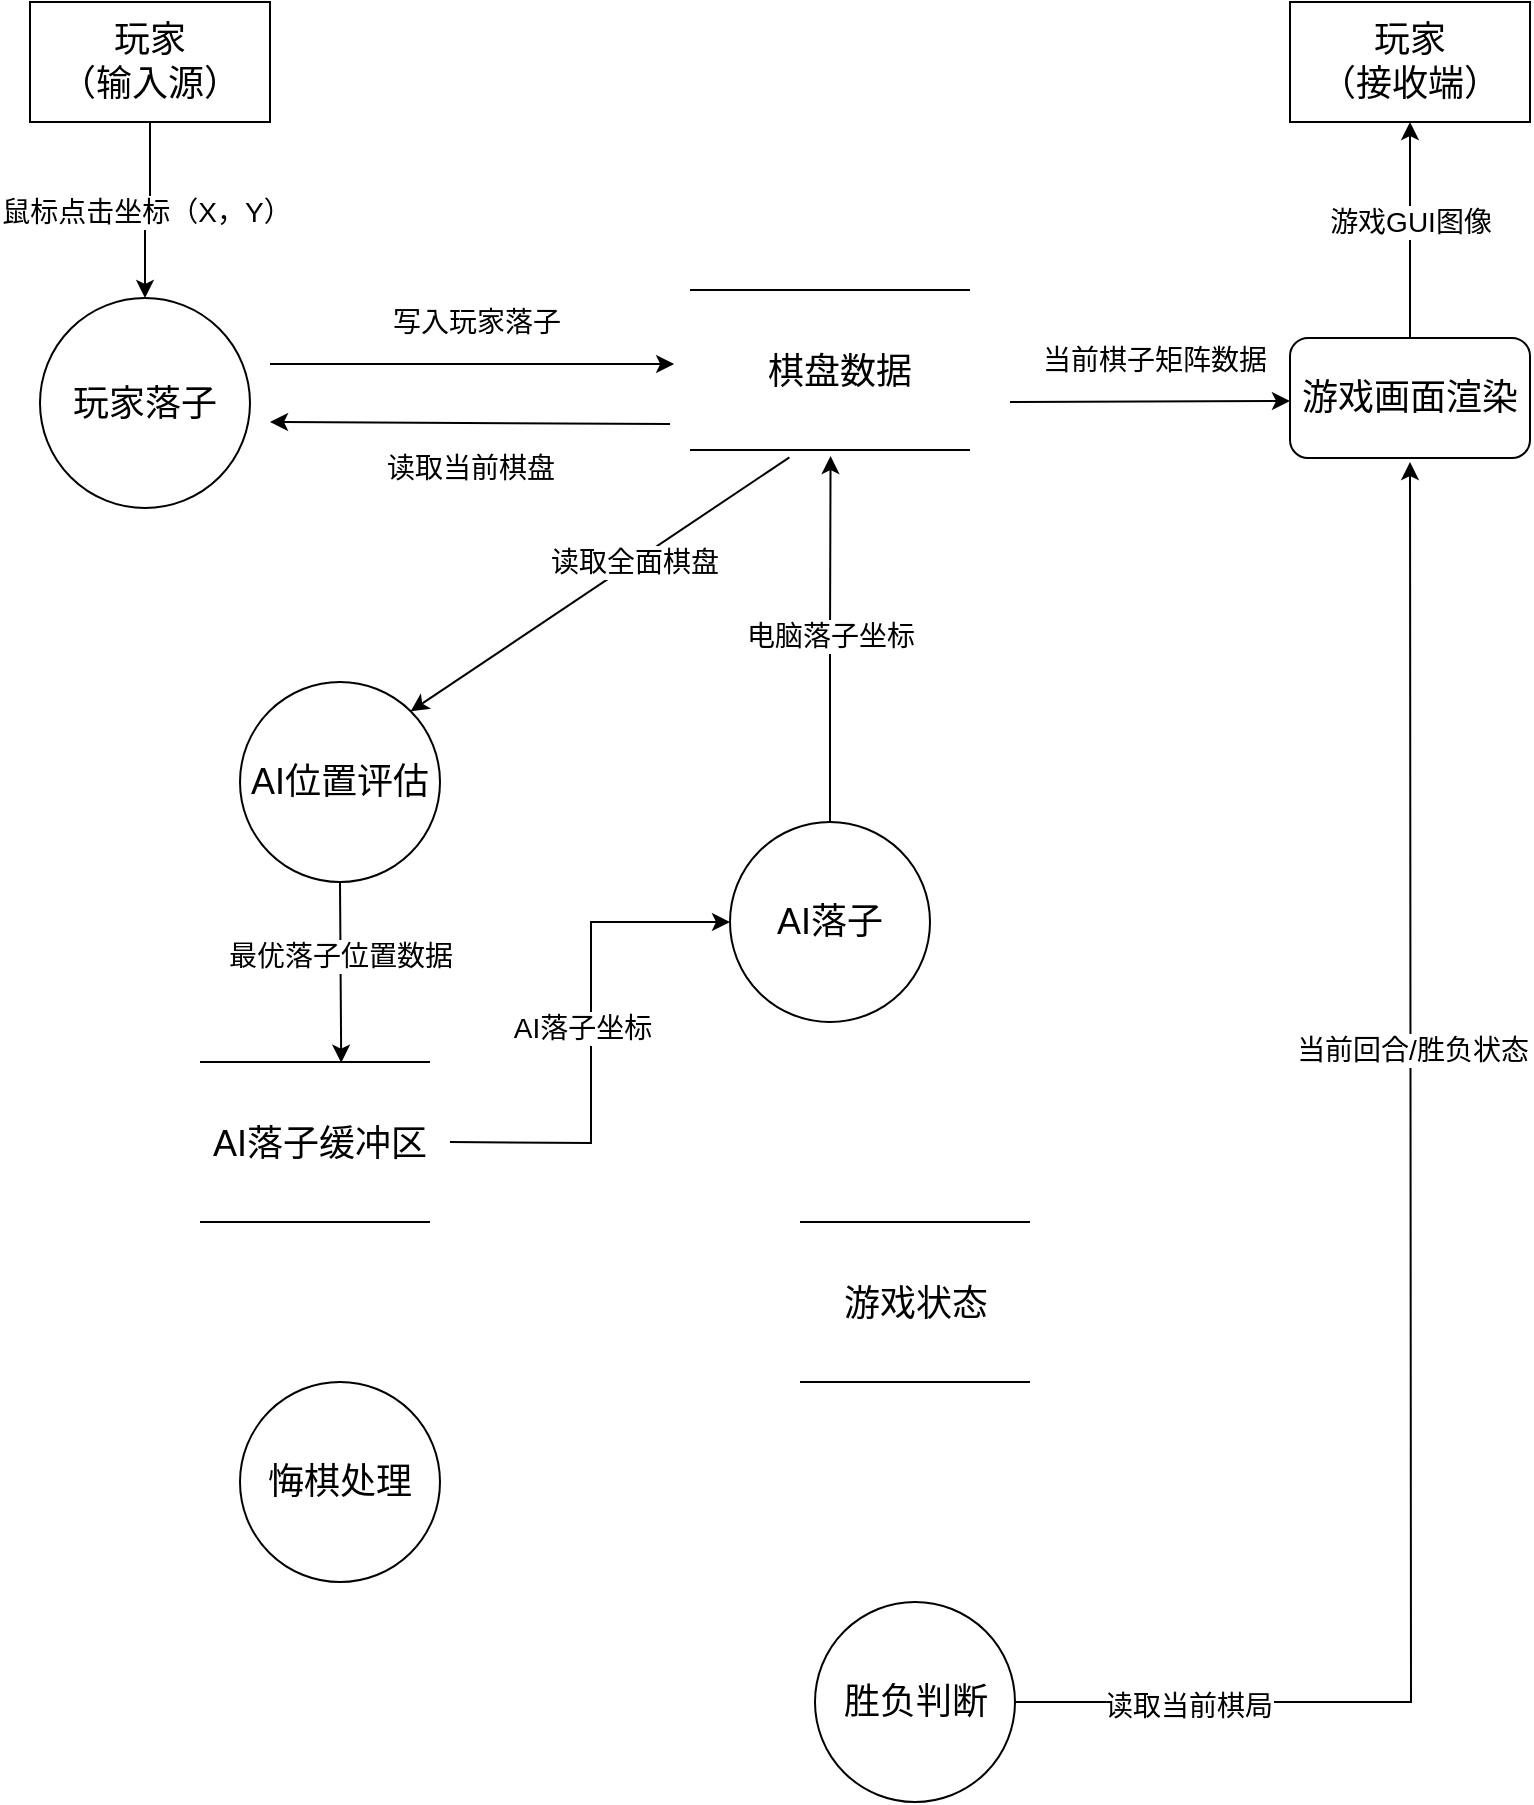
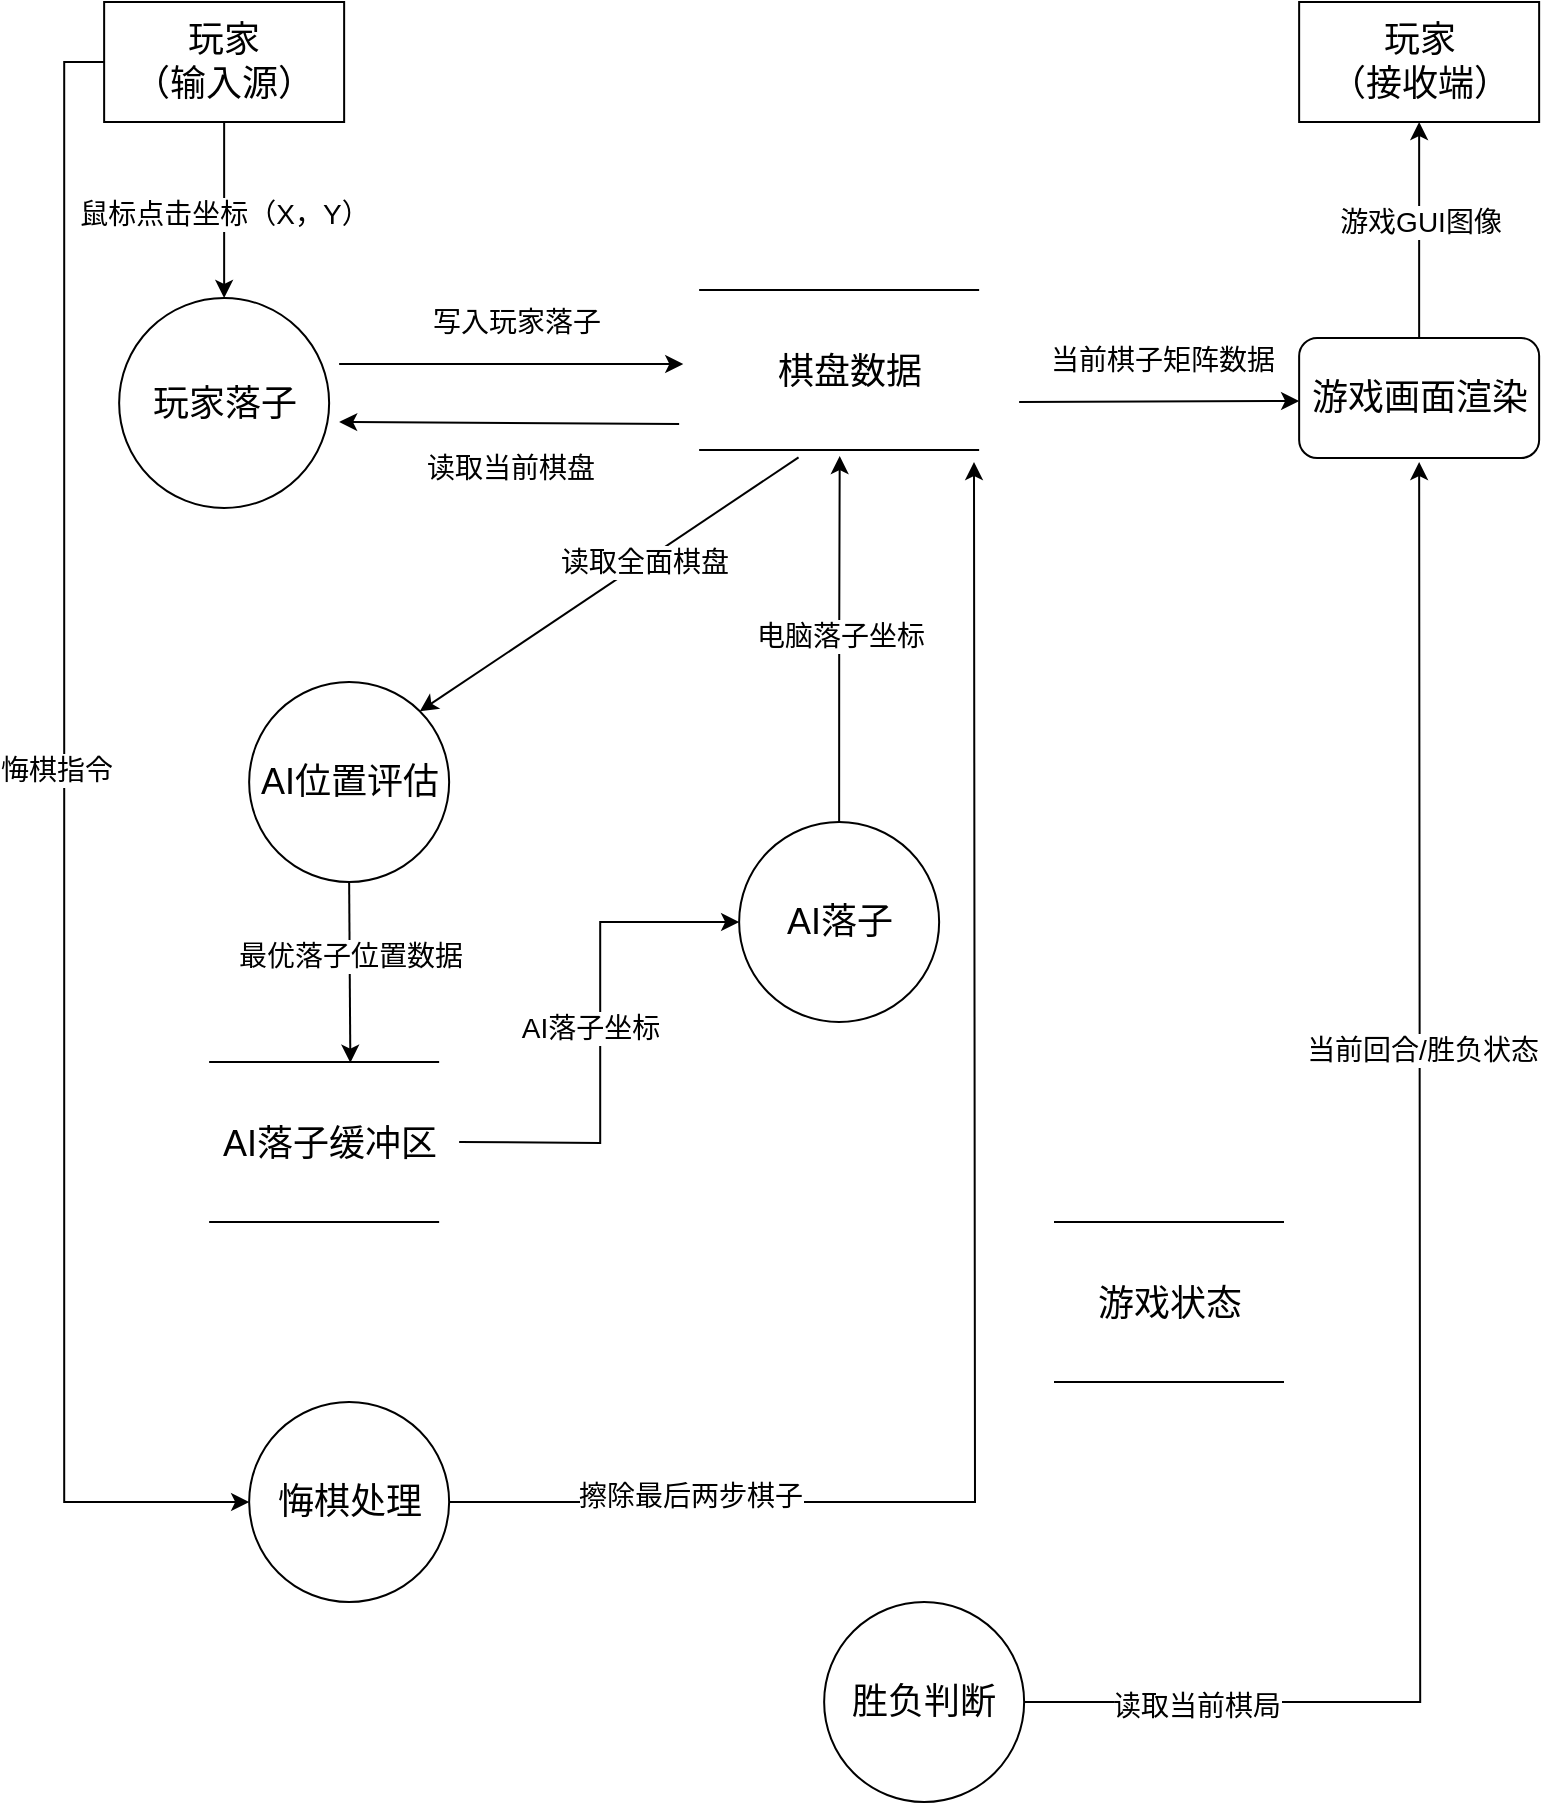
<mxfile host="app.diagrams.net">
  <diagram name="Page-1" id="hryGj0KzSXnJhMcqTr9-">
    <mxGraphModel dx="1201" dy="825" grid="1" gridSize="10" guides="1" tooltips="1" connect="1" arrows="1" fold="1" page="1" pageScale="1" pageWidth="827" pageHeight="1169" math="0" shadow="0">
      <root>
        <mxCell id="0" />
        <mxCell id="1" parent="0" />
        <mxCell id="fDHwApNMCYBN-XmplwMt-11" edge="1" parent="1" source="fDHwApNMCYBN-XmplwMt-3" style="edgeStyle=orthogonalEdgeStyle;rounded=0;orthogonalLoop=1;jettySize=auto;html=1;exitX=0.5;exitY=1;exitDx=0;exitDy=0;entryX=0.5;entryY=0;entryDx=0;entryDy=0;" target="SoA14i47H3jGXmkj97EN-22">
          <mxGeometry relative="1" as="geometry">
-             <mxPoint x="90" y="230" as="targetPoint" />
+             <mxPoint x="92.57" y="320" as="targetPoint" />
          </mxGeometry>
        </mxCell>
        <mxCell id="fDHwApNMCYBN-XmplwMt-12" connectable="0" parent="fDHwApNMCYBN-XmplwMt-11" style="edgeLabel;html=1;align=center;verticalAlign=middle;resizable=0;points=[];" value="&lt;font style=&quot;font-size: 14px;&quot;&gt;鼠标点击坐标（X，Y）&lt;/font&gt;" vertex="1">
          <mxGeometry relative="1" x="0.0364" as="geometry">
            <mxPoint as="offset" />
          </mxGeometry>
        </mxCell>
+         <mxCell id="SoA14i47H3jGXmkj97EN-53" edge="1" parent="1" source="fDHwApNMCYBN-XmplwMt-3" style="edgeStyle=orthogonalEdgeStyle;rounded=0;orthogonalLoop=1;jettySize=auto;html=1;exitX=0;exitY=0.5;exitDx=0;exitDy=0;entryX=0;entryY=0.5;entryDx=0;entryDy=0;" target="SoA14i47H3jGXmkj97EN-41">
+           <mxGeometry relative="1" as="geometry" />
+         </mxCell>
+         <mxCell id="SoA14i47H3jGXmkj97EN-54" connectable="0" parent="SoA14i47H3jGXmkj97EN-53" style="edgeLabel;html=1;align=center;verticalAlign=middle;resizable=0;points=[];" value="&lt;font style=&quot;font-size: 14px;&quot;&gt;悔棋指令&lt;/font&gt;" vertex="1">
+           <mxGeometry relative="1" x="-0.1018" y="-4" as="geometry">
+             <mxPoint as="offset" />
+           </mxGeometry>
+         </mxCell>
        <mxCell id="fDHwApNMCYBN-XmplwMt-3" parent="1" style="rounded=0;whiteSpace=wrap;html=1;" value="&lt;font style=&quot;font-size: 18px;&quot;&gt;玩家&lt;/font&gt;&lt;div&gt;&lt;font style=&quot;font-size: 18px;&quot;&gt;（输入源）&lt;/font&gt;&lt;/div&gt;" vertex="1">
-           <mxGeometry height="60" width="120" x="30" y="60" as="geometry" />
+           <mxGeometry height="60" width="120" x="65.07" y="150" as="geometry" />
        </mxCell>
        <mxCell id="SoA14i47H3jGXmkj97EN-37" edge="1" parent="1" source="fDHwApNMCYBN-XmplwMt-9" style="edgeStyle=orthogonalEdgeStyle;rounded=0;orthogonalLoop=1;jettySize=auto;html=1;exitX=0.5;exitY=0;exitDx=0;exitDy=0;entryX=0.5;entryY=1;entryDx=0;entryDy=0;" target="fDHwApNMCYBN-XmplwMt-10">
          <mxGeometry relative="1" as="geometry" />
        </mxCell>
        <mxCell id="SoA14i47H3jGXmkj97EN-38" connectable="0" parent="SoA14i47H3jGXmkj97EN-37" style="edgeLabel;html=1;align=center;verticalAlign=middle;resizable=0;points=[];" value="&lt;font style=&quot;font-size: 14px;&quot;&gt;游戏GUI图像&lt;/font&gt;" vertex="1">
          <mxGeometry relative="1" x="0.0741" as="geometry">
            <mxPoint as="offset" />
          </mxGeometry>
        </mxCell>
        <mxCell id="fDHwApNMCYBN-XmplwMt-9" parent="1" style="rounded=1;whiteSpace=wrap;html=1;" value="&lt;font style=&quot;font-size: 18px;&quot;&gt;游戏画面渲染&lt;/font&gt;" vertex="1">
-           <mxGeometry height="60" width="120" x="660" y="228" as="geometry" />
+           <mxGeometry height="60" width="120" x="662.57" y="318" as="geometry" />
        </mxCell>
        <mxCell id="fDHwApNMCYBN-XmplwMt-10" parent="1" style="rounded=0;whiteSpace=wrap;html=1;" value="&lt;span style=&quot;font-size: 18px;&quot;&gt;玩家&lt;/span&gt;&lt;div&gt;&lt;span style=&quot;font-size: 18px;&quot;&gt;（接收端）&lt;/span&gt;&lt;/div&gt;" vertex="1">
-           <mxGeometry height="60" width="120" x="660" y="60" as="geometry" />
+           <mxGeometry height="60" width="120" x="662.57" y="150" as="geometry" />
        </mxCell>
        <mxCell id="SoA14i47H3jGXmkj97EN-10" edge="1" parent="1" style="endArrow=classic;html=1;rounded=0;entryX=0.013;entryY=0.14;entryDx=0;entryDy=0;entryPerimeter=0;" value="">
          <mxGeometry height="50" relative="1" width="50" as="geometry">
-             <mxPoint x="150" y="241" as="sourcePoint" />
-             <mxPoint x="352.067" y="241" as="targetPoint" />
+             <mxPoint x="182.57" y="331" as="sourcePoint" />
+             <mxPoint x="354.637" y="331" as="targetPoint" />
          </mxGeometry>
        </mxCell>
        <mxCell id="SoA14i47H3jGXmkj97EN-11" connectable="0" parent="SoA14i47H3jGXmkj97EN-10" style="edgeLabel;html=1;align=center;verticalAlign=middle;resizable=0;points=[];" value="&lt;font style=&quot;font-size: 14px;&quot;&gt;写入玩家落子&lt;/font&gt;" vertex="1">
          <mxGeometry relative="1" x="0.0202" y="1" as="geometry">
            <mxPoint y="-20" as="offset" />
          </mxGeometry>
        </mxCell>
        <mxCell id="SoA14i47H3jGXmkj97EN-12" edge="1" parent="1" style="endArrow=classic;html=1;rounded=0;exitX=0.925;exitY=0;exitDx=0;exitDy=0;exitPerimeter=0;" value="">
          <mxGeometry height="50" relative="1" width="50" as="geometry">
-             <mxPoint x="350" y="271" as="sourcePoint" />
-             <mxPoint x="150" y="270" as="targetPoint" />
+             <mxPoint x="352.57" y="361" as="sourcePoint" />
+             <mxPoint x="182.57" y="360" as="targetPoint" />
          </mxGeometry>
        </mxCell>
        <mxCell id="SoA14i47H3jGXmkj97EN-13" connectable="0" parent="SoA14i47H3jGXmkj97EN-12" style="edgeLabel;html=1;align=center;verticalAlign=middle;resizable=0;points=[];" value="&lt;font style=&quot;font-size: 14px;&quot;&gt;读取当前棋盘&lt;/font&gt;&lt;div&gt;&lt;font style=&quot;font-size: 14px;&quot;&gt;&lt;br&gt;&lt;/font&gt;&lt;/div&gt;" vertex="1">
          <mxGeometry relative="1" x="0.0202" y="1" as="geometry">
            <mxPoint x="2" y="29" as="offset" />
          </mxGeometry>
        </mxCell>
        <mxCell id="SoA14i47H3jGXmkj97EN-14" edge="1" parent="1" source="SoA14i47H3jGXmkj97EN-28" style="endArrow=classic;html=1;rounded=0;entryX=1;entryY=0;entryDx=0;entryDy=0;exitX=0.355;exitY=0.958;exitDx=0;exitDy=0;exitPerimeter=0;" target="SoA14i47H3jGXmkj97EN-23" value="">
          <mxGeometry height="50" relative="1" width="50" as="geometry">
-             <mxPoint x="347.933" y="312" as="sourcePoint" />
-             <mxPoint x="90" y="390" as="targetPoint" />
+             <mxPoint x="350.503" y="402" as="sourcePoint" />
+             <mxPoint x="92.57" y="480" as="targetPoint" />
          </mxGeometry>
        </mxCell>
        <mxCell id="SoA14i47H3jGXmkj97EN-15" connectable="0" parent="SoA14i47H3jGXmkj97EN-14" style="edgeLabel;html=1;align=center;verticalAlign=middle;resizable=0;points=[];" value="&lt;font style=&quot;font-size: 14px;&quot;&gt;读取全面棋盘&lt;/font&gt;" vertex="1">
          <mxGeometry relative="1" x="-0.1782" as="geometry">
            <mxPoint as="offset" />
          </mxGeometry>
        </mxCell>
        <mxCell id="SoA14i47H3jGXmkj97EN-16" edge="1" parent="1" style="endArrow=classic;html=1;rounded=0;entryX=0.013;entryY=0.14;entryDx=0;entryDy=0;entryPerimeter=0;" value="">
          <mxGeometry height="50" relative="1" width="50" as="geometry">
-             <mxPoint x="520" y="260" as="sourcePoint" />
-             <mxPoint x="659.9970000000001" y="259.5" as="targetPoint" />
+             <mxPoint x="522.57" y="350" as="sourcePoint" />
+             <mxPoint x="662.5670000000001" y="349.5" as="targetPoint" />
          </mxGeometry>
        </mxCell>
        <mxCell id="SoA14i47H3jGXmkj97EN-17" connectable="0" parent="SoA14i47H3jGXmkj97EN-16" style="edgeLabel;html=1;align=center;verticalAlign=middle;resizable=0;points=[];" value="&lt;span style=&quot;font-size: 14px;&quot;&gt;当前棋子矩阵数据&lt;/span&gt;" vertex="1">
          <mxGeometry relative="1" x="0.0202" y="1" as="geometry">
            <mxPoint y="-20" as="offset" />
          </mxGeometry>
        </mxCell>
        <mxCell id="SoA14i47H3jGXmkj97EN-22" parent="1" style="ellipse;whiteSpace=wrap;html=1;aspect=fixed;" value="&lt;font style=&quot;font-size: 18px;&quot;&gt;玩家落子&lt;/font&gt;" vertex="1">
-           <mxGeometry height="105" width="105" x="35" y="208" as="geometry" />
+           <mxGeometry height="105" width="105" x="72.57" y="298" as="geometry" />
        </mxCell>
        <mxCell id="SoA14i47H3jGXmkj97EN-23" parent="1" style="ellipse;whiteSpace=wrap;html=1;aspect=fixed;" value="&lt;font style=&quot;font-size: 18px;&quot;&gt;AI位置评估&lt;/font&gt;" vertex="1">
-           <mxGeometry height="100" width="100" x="135" y="400" as="geometry" />
+           <mxGeometry height="100" width="100" x="137.57" y="490" as="geometry" />
        </mxCell>
        <mxCell id="SoA14i47H3jGXmkj97EN-24" parent="1" style="ellipse;whiteSpace=wrap;html=1;aspect=fixed;" value="&lt;font style=&quot;font-size: 18px;&quot;&gt;AI落子&lt;/font&gt;" vertex="1">
-           <mxGeometry height="100" width="100" x="380" y="470" as="geometry" />
+           <mxGeometry height="100" width="100" x="382.57" y="560" as="geometry" />
        </mxCell>
        <mxCell id="SoA14i47H3jGXmkj97EN-39" edge="1" parent="1" source="SoA14i47H3jGXmkj97EN-25" style="edgeStyle=orthogonalEdgeStyle;rounded=0;orthogonalLoop=1;jettySize=auto;html=1;exitX=1;exitY=0.5;exitDx=0;exitDy=0;">
          <mxGeometry relative="1" as="geometry">
-             <mxPoint x="720" y="290" as="targetPoint" />
+             <mxPoint x="722.57" y="380" as="targetPoint" />
          </mxGeometry>
        </mxCell>
        <mxCell id="SoA14i47H3jGXmkj97EN-40" connectable="0" parent="SoA14i47H3jGXmkj97EN-39" style="edgeLabel;html=1;align=center;verticalAlign=middle;resizable=0;points=[];" value="&lt;font style=&quot;font-size: 14px;&quot;&gt;当前回合/胜负状态&lt;/font&gt;" vertex="1">
          <mxGeometry relative="1" x="0.2828" y="-1" as="geometry">
            <mxPoint as="offset" />
          </mxGeometry>
        </mxCell>
        <mxCell id="SoA14i47H3jGXmkj97EN-52" connectable="0" parent="SoA14i47H3jGXmkj97EN-39" style="edgeLabel;html=1;align=center;verticalAlign=middle;resizable=0;points=[];" value="&lt;font style=&quot;font-size: 14px;&quot;&gt;读取当前棋局&lt;/font&gt;" vertex="1">
          <mxGeometry relative="1" x="-0.7892" y="-2" as="geometry">
            <mxPoint as="offset" />
          </mxGeometry>
        </mxCell>
        <mxCell id="SoA14i47H3jGXmkj97EN-25" parent="1" style="ellipse;whiteSpace=wrap;html=1;aspect=fixed;" value="&lt;font style=&quot;font-size: 18px;&quot;&gt;胜负判断&lt;/font&gt;" vertex="1">
-           <mxGeometry height="100" width="100" x="422.5" y="860" as="geometry" />
+           <mxGeometry height="100" width="100" x="425.07" y="950" as="geometry" />
        </mxCell>
        <mxCell id="SoA14i47H3jGXmkj97EN-27" parent="1" style="line;strokeWidth=1;fillColor=none;align=left;verticalAlign=middle;spacingTop=-1;spacingLeft=3;spacingRight=3;rotatable=0;labelPosition=right;points=[];portConstraint=eastwest;strokeColor=inherit;" value="" vertex="1">
-           <mxGeometry height="8" width="140" x="360" y="200" as="geometry" />
+           <mxGeometry height="8" width="140" x="362.57" y="290" as="geometry" />
        </mxCell>
        <mxCell id="SoA14i47H3jGXmkj97EN-28" parent="1" style="line;strokeWidth=1;fillColor=none;align=left;verticalAlign=middle;spacingTop=-1;spacingLeft=3;spacingRight=3;rotatable=0;labelPosition=right;points=[];portConstraint=eastwest;strokeColor=inherit;" value="" vertex="1">
-           <mxGeometry height="8" width="140" x="360" y="280" as="geometry" />
+           <mxGeometry height="8" width="140" x="362.57" y="370" as="geometry" />
        </mxCell>
        <mxCell id="SoA14i47H3jGXmkj97EN-29" parent="1" style="text;html=1;whiteSpace=wrap;strokeColor=none;fillColor=none;align=center;verticalAlign=middle;rounded=0;" value="&lt;font style=&quot;font-size: 18px;&quot;&gt;棋盘数据&lt;/font&gt;" vertex="1">
-           <mxGeometry height="30" width="110" x="380" y="230" as="geometry" />
+           <mxGeometry height="30" width="110" x="382.57" y="320" as="geometry" />
        </mxCell>
        <mxCell id="SoA14i47H3jGXmkj97EN-33" edge="1" parent="1" style="edgeStyle=orthogonalEdgeStyle;rounded=0;orthogonalLoop=1;jettySize=auto;html=1;entryX=0;entryY=0.5;entryDx=0;entryDy=0;" target="SoA14i47H3jGXmkj97EN-24">
          <mxGeometry relative="1" as="geometry">
-             <mxPoint x="240" y="630" as="sourcePoint" />
+             <mxPoint x="242.57" y="720" as="sourcePoint" />
          </mxGeometry>
        </mxCell>
        <mxCell id="SoA14i47H3jGXmkj97EN-34" connectable="0" parent="SoA14i47H3jGXmkj97EN-33" style="edgeLabel;html=1;align=center;verticalAlign=middle;resizable=0;points=[];" value="&lt;font style=&quot;font-size: 14px;&quot;&gt;AI落子坐标&lt;/font&gt;" vertex="1">
          <mxGeometry relative="1" x="0.0204" y="5" as="geometry">
            <mxPoint as="offset" />
          </mxGeometry>
        </mxCell>
        <mxCell id="SoA14i47H3jGXmkj97EN-31" edge="1" parent="1" source="SoA14i47H3jGXmkj97EN-23" style="endArrow=classic;html=1;rounded=0;entryX=0.614;entryY=0.542;entryDx=0;entryDy=0;exitX=0.5;exitY=1;exitDx=0;exitDy=0;entryPerimeter=0;" target="SoA14i47H3jGXmkj97EN-42" value="">
          <mxGeometry height="50" relative="1" width="50" as="geometry">
-             <mxPoint x="447.933" y="340" as="sourcePoint" />
-             <mxPoint x="85" y="580" as="targetPoint" />
+             <mxPoint x="450.503" y="430" as="sourcePoint" />
+             <mxPoint x="87.57" y="670" as="targetPoint" />
          </mxGeometry>
        </mxCell>
        <mxCell id="SoA14i47H3jGXmkj97EN-32" connectable="0" parent="SoA14i47H3jGXmkj97EN-31" style="edgeLabel;html=1;align=center;verticalAlign=middle;resizable=0;points=[];" value="&lt;span style=&quot;font-size: 14px;&quot;&gt;最优落子位置数据&lt;/span&gt;" vertex="1">
          <mxGeometry relative="1" x="-0.1782" as="geometry">
            <mxPoint as="offset" />
          </mxGeometry>
        </mxCell>
        <mxCell id="SoA14i47H3jGXmkj97EN-35" edge="1" parent="1" source="SoA14i47H3jGXmkj97EN-24" style="edgeStyle=orthogonalEdgeStyle;rounded=0;orthogonalLoop=1;jettySize=auto;html=1;exitX=0.5;exitY=0;exitDx=0;exitDy=0;entryX=0.502;entryY=0.875;entryDx=0;entryDy=0;entryPerimeter=0;" target="SoA14i47H3jGXmkj97EN-28">
          <mxGeometry relative="1" as="geometry" />
        </mxCell>
        <mxCell id="SoA14i47H3jGXmkj97EN-36" connectable="0" parent="SoA14i47H3jGXmkj97EN-35" style="edgeLabel;html=1;align=center;verticalAlign=middle;resizable=0;points=[];" value="&lt;span style=&quot;font-size: 14px;&quot;&gt;电脑落子坐标&lt;/span&gt;" vertex="1">
          <mxGeometry relative="1" x="-0.0044" y="1" as="geometry">
            <mxPoint y="-1" as="offset" />
          </mxGeometry>
        </mxCell>
+         <mxCell id="SoA14i47H3jGXmkj97EN-55" edge="1" parent="1" source="SoA14i47H3jGXmkj97EN-41" style="edgeStyle=orthogonalEdgeStyle;rounded=0;orthogonalLoop=1;jettySize=auto;html=1;exitX=1;exitY=0.5;exitDx=0;exitDy=0;">
+           <mxGeometry relative="1" as="geometry">
+             <mxPoint x="500" y="380" as="targetPoint" />
+           </mxGeometry>
+         </mxCell>
+         <mxCell id="SoA14i47H3jGXmkj97EN-57" connectable="0" parent="SoA14i47H3jGXmkj97EN-55" style="edgeLabel;html=1;align=center;verticalAlign=middle;resizable=0;points=[];" value="&lt;font style=&quot;font-size: 14px;&quot;&gt;擦除最后两步棋子&lt;/font&gt;" vertex="1">
+           <mxGeometry relative="1" x="-0.6914" y="3" as="geometry">
+             <mxPoint x="-1" as="offset" />
+           </mxGeometry>
+         </mxCell>
        <mxCell id="SoA14i47H3jGXmkj97EN-41" parent="1" style="ellipse;whiteSpace=wrap;html=1;aspect=fixed;" value="&lt;font style=&quot;font-size: 18px;&quot;&gt;悔棋处理&lt;/font&gt;" vertex="1">
-           <mxGeometry height="100" width="100" x="135" y="750" as="geometry" />
+           <mxGeometry height="100" width="100" x="137.57" y="850" as="geometry" />
        </mxCell>
        <mxCell id="SoA14i47H3jGXmkj97EN-42" parent="1" style="line;strokeWidth=1;fillColor=none;align=left;verticalAlign=middle;spacingTop=-1;spacingLeft=3;spacingRight=3;rotatable=0;labelPosition=right;points=[];portConstraint=eastwest;strokeColor=inherit;" value="" vertex="1">
-           <mxGeometry height="8" width="115" x="115" y="586" as="geometry" />
+           <mxGeometry height="8" width="115" x="117.57" y="676" as="geometry" />
        </mxCell>
        <mxCell id="SoA14i47H3jGXmkj97EN-43" parent="1" style="line;strokeWidth=1;fillColor=none;align=left;verticalAlign=middle;spacingTop=-1;spacingLeft=3;spacingRight=3;rotatable=0;labelPosition=right;points=[];portConstraint=eastwest;strokeColor=inherit;" value="" vertex="1">
-           <mxGeometry height="8" width="115" x="115" y="666" as="geometry" />
+           <mxGeometry height="8" width="115" x="117.57" y="756" as="geometry" />
        </mxCell>
        <mxCell id="SoA14i47H3jGXmkj97EN-44" parent="1" style="text;html=1;whiteSpace=wrap;strokeColor=none;fillColor=none;align=center;verticalAlign=middle;rounded=0;" value="&lt;span style=&quot;font-size: 18px;&quot;&gt;AI落子缓冲区&lt;/span&gt;" vertex="1">
-           <mxGeometry height="30" width="110" x="120" y="616" as="geometry" />
+           <mxGeometry height="30" width="110" x="122.57" y="706" as="geometry" />
        </mxCell>
        <mxCell id="SoA14i47H3jGXmkj97EN-49" parent="1" style="line;strokeWidth=1;fillColor=none;align=left;verticalAlign=middle;spacingTop=-1;spacingLeft=3;spacingRight=3;rotatable=0;labelPosition=right;points=[];portConstraint=eastwest;strokeColor=inherit;" value="" vertex="1">
-           <mxGeometry height="8" width="115" x="415" y="666" as="geometry" />
+           <mxGeometry height="8" width="115" x="540" y="756" as="geometry" />
        </mxCell>
        <mxCell id="SoA14i47H3jGXmkj97EN-50" parent="1" style="line;strokeWidth=1;fillColor=none;align=left;verticalAlign=middle;spacingTop=-1;spacingLeft=3;spacingRight=3;rotatable=0;labelPosition=right;points=[];portConstraint=eastwest;strokeColor=inherit;" value="" vertex="1">
-           <mxGeometry height="8" width="115" x="415" y="746" as="geometry" />
+           <mxGeometry height="8" width="115" x="540" y="836" as="geometry" />
        </mxCell>
        <mxCell id="SoA14i47H3jGXmkj97EN-51" parent="1" style="text;html=1;whiteSpace=wrap;strokeColor=none;fillColor=none;align=center;verticalAlign=middle;rounded=0;" value="&lt;span style=&quot;font-size: 18px;&quot;&gt;游戏状态&lt;/span&gt;" vertex="1">
-           <mxGeometry height="30" width="110" x="417.5" y="696" as="geometry" />
+           <mxGeometry height="30" width="110" x="542.5" y="786" as="geometry" />
        </mxCell>
      </root>
    </mxGraphModel>
  </diagram>
</mxfile>
